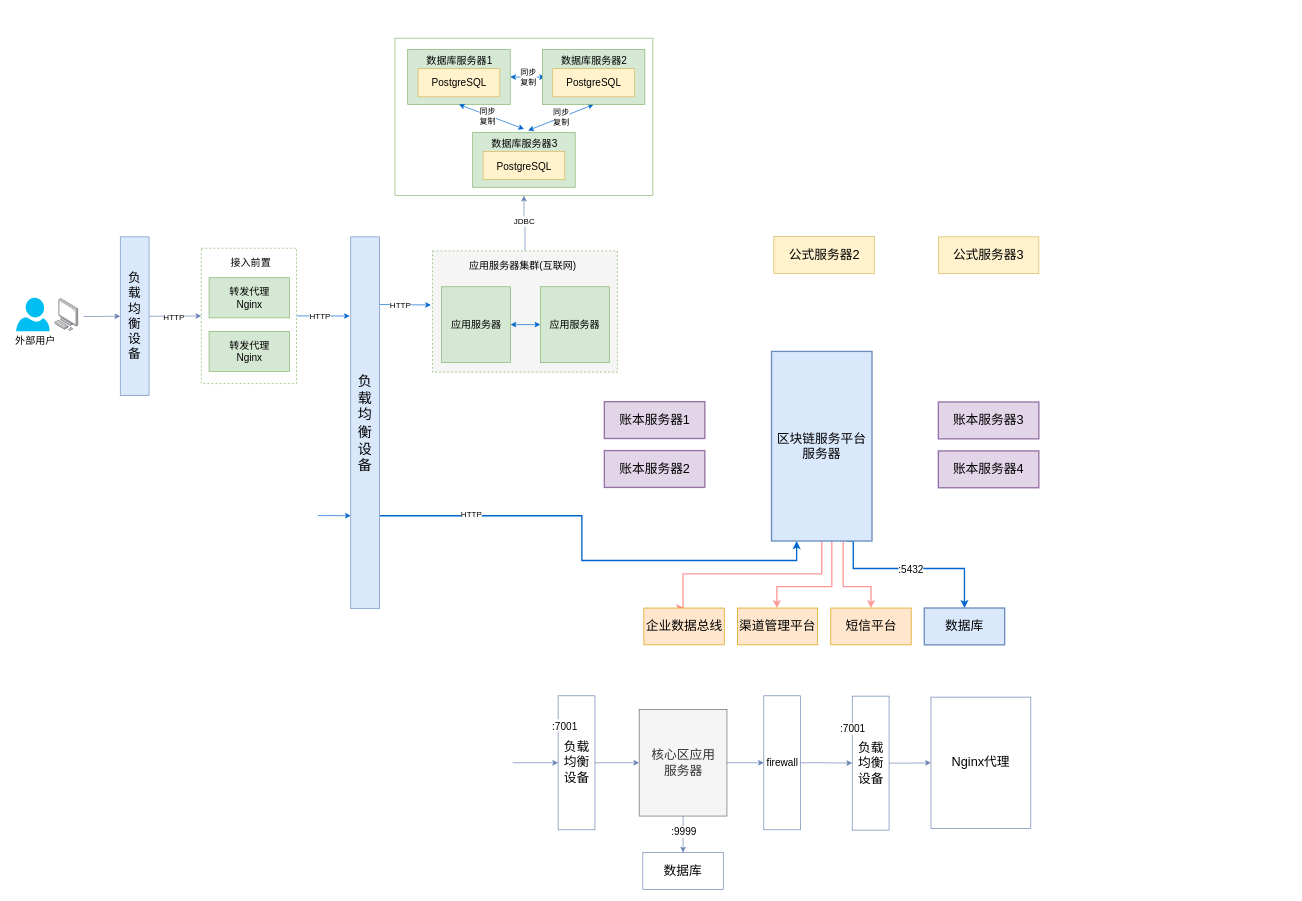
dilide/collections keeps this draw.io diagram as repository/drawio/postb/上线部署-逻辑部署图.drawio. Above is the earlier version. Source tidied: cells renumbered, new cells numbered last; positions are measured from the earlier drawing's top-left corner, leaving out a move shared by most shapes. Both pictures are drawn from the tidied source at 67%, with x=0, y=0 at pixel (11, 38).
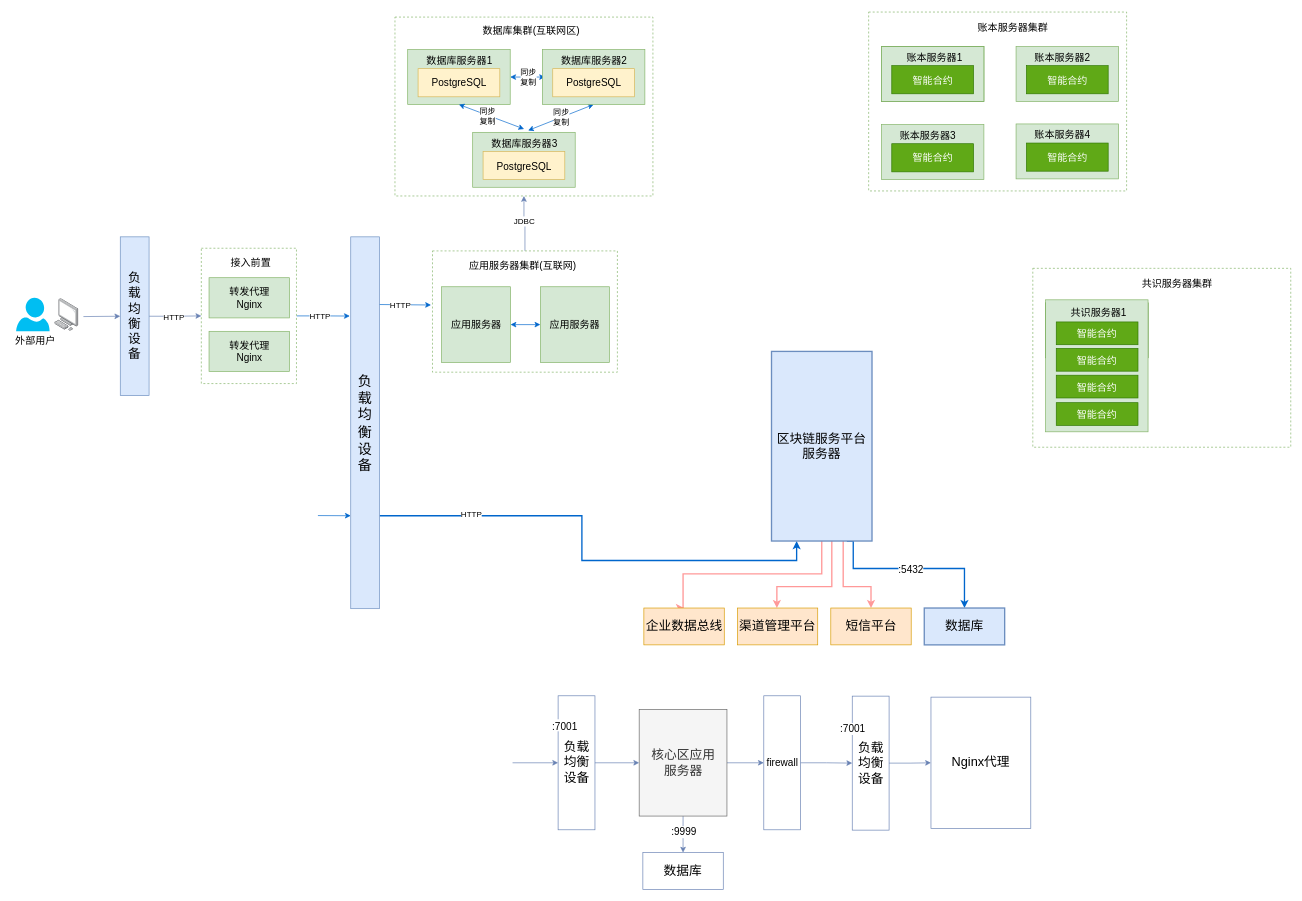
After the change.

Commit message:
Update 上线部署-逻辑部署图.drawio

Diff of the diagram source:
```diff
@@
-    <mxCell id="15" style="rounded=0;whiteSpace=wrap;html=1;labelBackgroundColor=none;strokeColor=#82B366;fillColor=#f5f5f5;fontSize=19;align=center;fontColor=#333333;dashed=1;" parent="1" vertex="1">
+    <mxCell id="15" style="rounded=0;whiteSpace=wrap;html=1;labelBackgroundColor=none;strokeColor=#82B366;fillColor=#FFFFFF;fontSize=19;align=center;fontColor=#333333;dashed=1;" parent="1" vertex="1">
       <mxGeometry x="628" y="318" width="276" height="181" as="geometry" />
     </mxCell>
-    <mxCell id="16" style="rounded=0;whiteSpace=wrap;html=1;labelBackgroundColor=none;strokeColor=#82B366;fillColor=none;fontSize=19;align=center;" parent="1" vertex="1">
-      <mxGeometry x="572" y="0.5" width="385" height="235" as="geometry" />
+    <mxCell id="16" style="rounded=0;whiteSpace=wrap;html=1;labelBackgroundColor=none;strokeColor=#82B366;fillColor=none;fontSize=19;align=center;dashed=1;" parent="1" vertex="1">
+      <mxGeometry x="572" y="-31" width="385" height="267" as="geometry" />
     </mxCell>
-    <mxCell id="17" value="公式服务器2" style="rounded=0;whiteSpace=wrap;html=1;labelBackgroundColor=none;strokeColor=#d6b656;fillColor=#fff2cc;fontSize=19;align=center;" parent="1" vertex="1">
-      <mxGeometry x="1137.5" y="296.5" width="150" height="55" as="geometry" />
-    </mxCell>
-    <mxCell id="18" value="公式服务器3" style="rounded=0;whiteSpace=wrap;html=1;labelBackgroundColor=none;strokeColor=#d6b656;fillColor=#fff2cc;fontSize=19;align=center;" parent="1" vertex="1">
-      <mxGeometry x="1383" y="297" width="150" height="55" as="geometry" />
-    </mxCell>
-    <mxCell id="19" value="账本服务器1" style="rounded=0;whiteSpace=wrap;html=1;labelBackgroundColor=none;strokeColor=#9673a6;fillColor=#e1d5e7;fontSize=19;align=center;strokeWidth=2;" parent="1" vertex="1">
-      <mxGeometry x="884.5" y="543" width="150" height="55" as="geometry" />
-    </mxCell>
-    <mxCell id="20" value="账本服务器2" style="rounded=0;whiteSpace=wrap;html=1;labelBackgroundColor=none;strokeColor=#9673a6;fillColor=#e1d5e7;fontSize=19;align=center;strokeWidth=2;" parent="1" vertex="1">
-      <mxGeometry x="884.5" y="616" width="150" height="55" as="geometry" />
-    </mxCell>
-    <mxCell id="21" value="账本服务器3" style="rounded=0;whiteSpace=wrap;html=1;labelBackgroundColor=none;strokeColor=#9673a6;fillColor=#e1d5e7;fontSize=19;align=center;strokeWidth=2;" parent="1" vertex="1">
-      <mxGeometry x="1383" y="543.5" width="150" height="55" as="geometry" />
-    </mxCell>
-    <mxCell id="22" value="账本服务器4" style="rounded=0;whiteSpace=wrap;html=1;labelBackgroundColor=none;strokeColor=#9673a6;fillColor=#e1d5e7;fontSize=19;align=center;strokeWidth=2;" parent="1" vertex="1">
-      <mxGeometry x="1383" y="616.5" width="150" height="55" as="geometry" />
-    </mxCell>
@@
+    <mxCell id="76" style="rounded=0;whiteSpace=wrap;html=1;labelBackgroundColor=none;strokeColor=#82B366;fillColor=none;fontSize=19;align=center;dashed=1;" parent="1" vertex="1">
+      <mxGeometry x="1279" y="-38.5" width="385" height="267" as="geometry" />
+    </mxCell>
+    <mxCell id="77" style="group;fillColor=#60a917;strokeColor=#2D7600;fontColor=#ffffff;" parent="1" vertex="1">
+      <mxGeometry x="1298" y="13" width="153" height="82" as="geometry" />
+    </mxCell>
+    <mxCell id="78" style="rounded=0;whiteSpace=wrap;html=1;fillColor=#d5e8d4;fontSize=15;align=center;strokeColor=#82b366;" parent="1" vertex="1">
+      <mxGeometry x="1499" y="13" width="153" height="82" as="geometry" />
+    </mxCell>
+    <mxCell id="20" value="账本服务器2" style="text;html=1;align=center;verticalAlign=top;spacingTop=-4;fontSize=15;" parent="1" vertex="1">
+      <mxGeometry x="1521.5" y="17.5" width="93" height="18" as="geometry" />
+    </mxCell>
+    <mxCell id="79" value="智能合约" style="rounded=0;whiteSpace=wrap;html=1;fillColor=#60a917;fontSize=15;align=center;strokeColor=#2D7600;fontColor=#ffffff;" parent="1" vertex="1">
+      <mxGeometry x="1514.5" y="41.5" width="122" height="42" as="geometry" />
+    </mxCell>
+    <mxCell id="80" style="rounded=0;whiteSpace=wrap;html=1;fillColor=#d5e8d4;fontSize=15;align=center;strokeColor=#82b366;" parent="1" vertex="1">
+      <mxGeometry x="1298" y="129.5" width="153" height="82" as="geometry" />
+    </mxCell>
+    <mxCell id="21" value="账本服务器3" style="text;html=1;align=center;verticalAlign=top;spacingTop=-4;fontSize=15;" parent="1" vertex="1">
+      <mxGeometry x="1320.5" y="134" width="93" height="18" as="geometry" />
+    </mxCell>
+    <mxCell id="81" value="智能合约" style="rounded=0;whiteSpace=wrap;html=1;fillColor=#60a917;fontSize=15;align=center;strokeColor=#2D7600;fontColor=#ffffff;" parent="1" vertex="1">
+      <mxGeometry x="1313.5" y="158" width="122" height="42" as="geometry" />
+    </mxCell>
+    <mxCell id="82" style="rounded=0;whiteSpace=wrap;html=1;fillColor=#d5e8d4;fontSize=15;align=center;strokeColor=#82b366;" parent="1" vertex="1">
+      <mxGeometry x="1499" y="128.5" width="153" height="82" as="geometry" />
+    </mxCell>
+    <mxCell id="22" value="账本服务器4" style="text;html=1;align=center;verticalAlign=top;spacingTop=-4;fontSize=15;" parent="1" vertex="1">
+      <mxGeometry x="1521.5" y="133" width="93" height="18" as="geometry" />
+    </mxCell>
+    <mxCell id="83" value="智能合约" style="rounded=0;whiteSpace=wrap;html=1;fillColor=#60a917;fontSize=15;align=center;strokeColor=#2D7600;fontColor=#ffffff;" parent="1" vertex="1">
+      <mxGeometry x="1514.5" y="157" width="122" height="42" as="geometry" />
+    </mxCell>
+    <mxCell id="84" value="数据库集群(互联网区)" style="text;html=1;align=center;verticalAlign=top;spacingTop=-4;fontSize=15;" parent="1" vertex="1">
+      <mxGeometry x="712" y="-22" width="126" height="14" as="geometry" />
+    </mxCell>
+    <mxCell id="85" value="账本服务器集群" style="text;html=1;align=left;verticalAlign=top;spacingTop=-4;fontSize=15;" parent="1" vertex="1">
+      <mxGeometry x="1439.5" y="-27" width="115" height="18" as="geometry" />
+    </mxCell>
+    <mxCell id="86" style="rounded=0;whiteSpace=wrap;html=1;fillColor=#d5e8d4;fontSize=15;align=center;strokeColor=#82b366;" parent="1" vertex="1">
+      <mxGeometry x="1298" y="13" width="153" height="82" as="geometry" />
+    </mxCell>
+    <mxCell id="19" value="账本服务器1" style="text;html=1;align=center;verticalAlign=top;spacingTop=-4;fontSize=15;" parent="1" vertex="1">
+      <mxGeometry x="1330" y="17.5" width="93" height="18" as="geometry" />
+    </mxCell>
+    <mxCell id="87" value="智能合约" style="rounded=0;whiteSpace=wrap;html=1;fillColor=#60a917;fontSize=15;align=center;strokeColor=#2D7600;fontColor=#ffffff;" parent="1" vertex="1">
+      <mxGeometry x="1313.5" y="41.5" width="122" height="42" as="geometry" />
+    </mxCell>
+    <mxCell id="88" style="rounded=0;whiteSpace=wrap;html=1;labelBackgroundColor=none;strokeColor=#82B366;fillColor=none;fontSize=19;align=center;dashed=1;" parent="1" vertex="1">
+      <mxGeometry x="1524" y="344" width="385" height="267" as="geometry" />
+    </mxCell>
+    <mxCell id="89" style="group;fillColor=#60a917;strokeColor=#2D7600;fontColor=#ffffff;" parent="1" vertex="1">
+      <mxGeometry x="1543" y="395.5" width="153" height="82" as="geometry" />
+    </mxCell>
+    <mxCell id="90" value="共识服务器集群" style="text;html=1;align=left;verticalAlign=top;spacingTop=-4;fontSize=15;" parent="1" vertex="1">
+      <mxGeometry x="1684.5" y="355.5" width="115" height="18" as="geometry" />
+    </mxCell>
+    <mxCell id="91" style="rounded=0;whiteSpace=wrap;html=1;fillColor=#d5e8d4;fontSize=15;align=center;strokeColor=#82b366;" parent="1" vertex="1">
+      <mxGeometry x="1543" y="391" width="153" height="197" as="geometry" />
+    </mxCell>
+    <mxCell id="92" value="共识服务器1" style="text;html=1;align=center;verticalAlign=top;spacingTop=-4;fontSize=15;" parent="1" vertex="1">
+      <mxGeometry x="1575" y="398" width="93" height="18" as="geometry" />
+    </mxCell>
+    <mxCell id="93" value="智能合约" style="rounded=0;whiteSpace=wrap;html=1;fillColor=#60a917;fontSize=15;align=center;strokeColor=#2D7600;fontColor=#ffffff;flipH=0;" parent="1" vertex="1">
+      <mxGeometry x="1559" y="424" width="122" height="34" as="geometry" />
+    </mxCell>
+    <mxCell id="94" value="智能合约" style="rounded=0;whiteSpace=wrap;html=1;fillColor=#60a917;fontSize=15;align=center;strokeColor=#2D7600;fontColor=#ffffff;" parent="1" vertex="1">
+      <mxGeometry x="1559" y="463.5" width="122" height="34" as="geometry" />
+    </mxCell>
+    <mxCell id="95" value="智能合约" style="rounded=0;whiteSpace=wrap;html=1;fillColor=#60a917;fontSize=15;align=center;strokeColor=#2D7600;fontColor=#ffffff;" parent="1" vertex="1">
+      <mxGeometry x="1559" y="503.5" width="122" height="34" as="geometry" />
+    </mxCell>
+    <mxCell id="96" value="智能合约" style="rounded=0;whiteSpace=wrap;html=1;fillColor=#60a917;fontSize=15;align=center;strokeColor=#2D7600;fontColor=#ffffff;" parent="1" vertex="1">
+      <mxGeometry x="1559" y="544.5" width="122" height="34" as="geometry" />
+    </mxCell>
```
